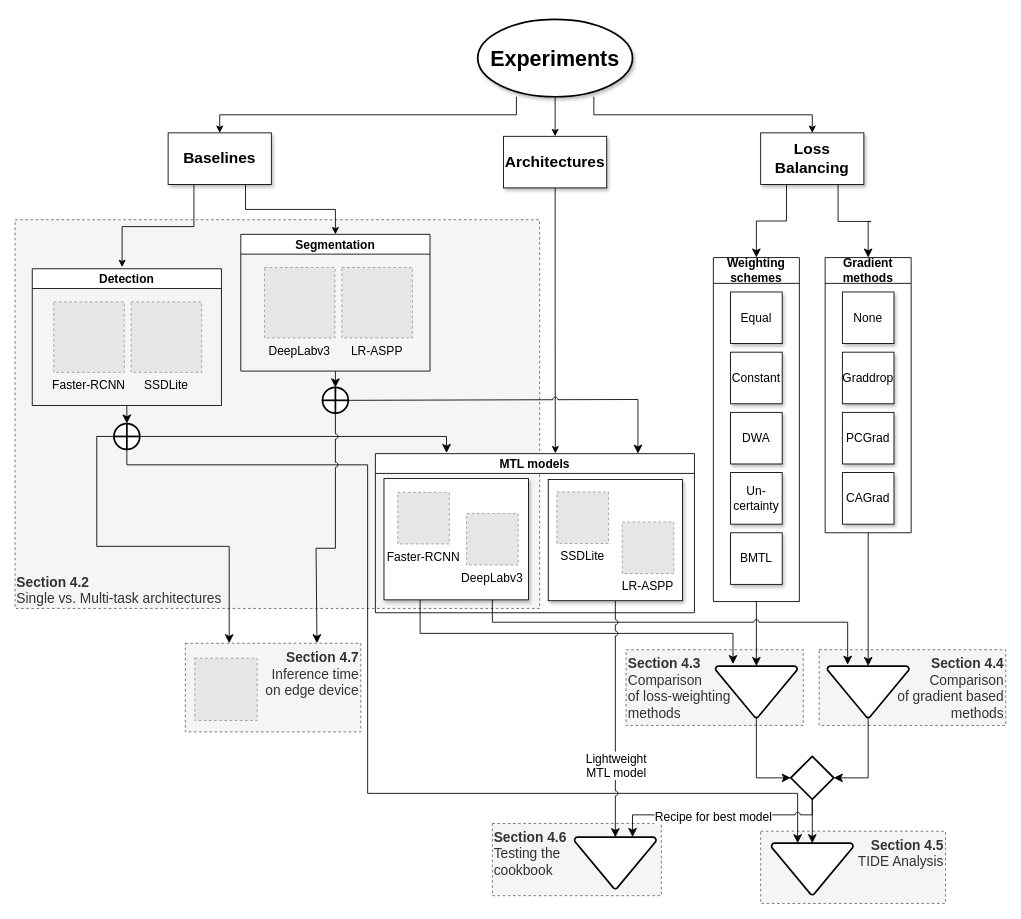
This is page "chapter4" (1 of 4) of docs/flawless-flowcharts.drawio from ponderbb/multitask-mayhem, a draw.io file, before an edit. Source tidied: cells renumbered, new cells numbered last; positions are measured from the earlier drawing's top-left corner, leaving out a move shared by most shapes. Both pictures are drawn from the tidied source at 86%, with x=0, y=0 at pixel (15, 19). Pictures stored in the file or linked from it are replaced by grey dashed boxes.
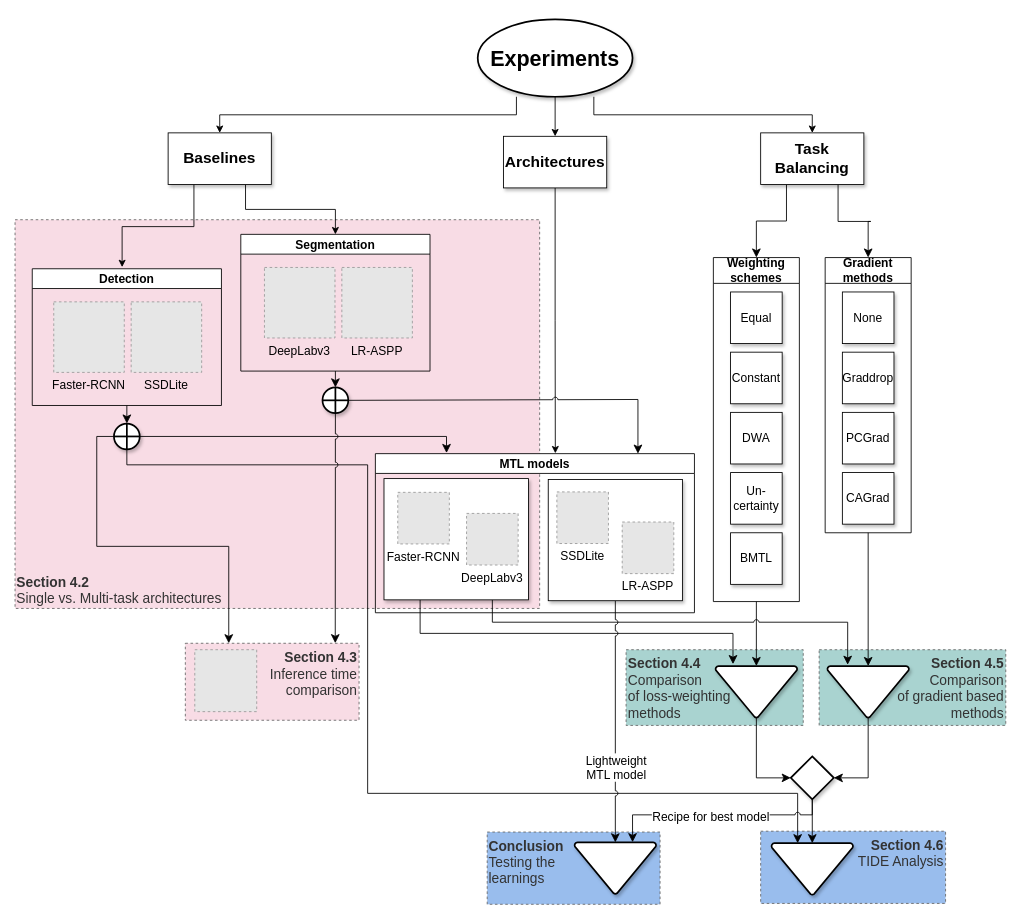
After the change.

Diff of the diagram source:
```diff
@@
-    <mxCell id="2" value="&lt;b&gt;Section 4.6&lt;/b&gt;&lt;br&gt;Testing the&lt;br&gt;cookbook" style="rounded=0;whiteSpace=wrap;html=1;glass=0;strokeColor=#666666;fontSize=16;fillColor=#f5f5f5;dashed=1;verticalAlign=top;align=left;fontColor=#333333;" parent="1" vertex="1">
-      <mxGeometry x="555" y="935" width="196.5" height="84" as="geometry" />
+    <mxCell id="2" value="&lt;b&gt;Conclusion&lt;br&gt;&lt;/b&gt;Testing the&lt;br&gt;learnings" style="rounded=0;whiteSpace=wrap;html=1;glass=0;strokeColor=#666666;fontSize=16;fillColor=#99BDED;dashed=1;verticalAlign=top;align=left;fontColor=#333333;" parent="1" vertex="1">
+      <mxGeometry x="549" y="945" width="201" height="84" as="geometry" />
     </mxCell>
-    <mxCell id="3" value="&lt;b&gt;Section 4.3&lt;br&gt;&lt;/b&gt;Comparison&lt;br&gt;of loss-weighting&lt;br&gt;methods" style="rounded=0;whiteSpace=wrap;html=1;glass=0;strokeColor=#666666;fontSize=16;fillColor=#f5f5f5;dashed=1;verticalAlign=top;align=left;fontColor=#333333;" parent="1" vertex="1">
+    <mxCell id="3" value="&lt;b&gt;Section 4.4&lt;br&gt;&lt;/b&gt;Comparison&lt;br&gt;of loss-weighting&lt;br&gt;methods" style="rounded=0;whiteSpace=wrap;html=1;glass=0;strokeColor=#666666;fontSize=16;fillColor=#A9D3D0;dashed=1;verticalAlign=top;align=left;fontColor=#333333;" parent="1" vertex="1">
       <mxGeometry x="710.5" y="733" width="206" height="88" as="geometry" />
     </mxCell>
-    <mxCell id="4" value="&lt;b&gt;Section 4.4&lt;br&gt;&lt;/b&gt;Comparison&lt;br&gt;of gradient based&lt;br&gt;methods" style="rounded=0;whiteSpace=wrap;html=1;glass=0;strokeColor=#666666;fontSize=16;fillColor=#f5f5f5;dashed=1;verticalAlign=top;align=right;fontColor=#333333;" parent="1" vertex="1">
+    <mxCell id="4" value="&lt;b&gt;Section 4.5&lt;br&gt;&lt;/b&gt;Comparison&lt;br&gt;of gradient based&lt;br&gt;methods" style="rounded=0;whiteSpace=wrap;html=1;glass=0;strokeColor=#666666;fontSize=16;fillColor=#A9D3D0;dashed=1;verticalAlign=top;align=right;fontColor=#333333;" parent="1" vertex="1">
       <mxGeometry x="935" y="733" width="217" height="88" as="geometry" />
     </mxCell>
-    <mxCell id="5" value="&lt;b&gt;Section 4.5&lt;/b&gt;&lt;br&gt;TIDE Analysis" style="rounded=0;whiteSpace=wrap;html=1;glass=0;strokeColor=#666666;fontSize=16;fillColor=#f5f5f5;dashed=1;verticalAlign=top;align=right;fontColor=#333333;" parent="1" vertex="1">
+    <mxCell id="5" value="&lt;b&gt;Section 4.6&lt;/b&gt;&lt;br&gt;TIDE Analysis" style="rounded=0;whiteSpace=wrap;html=1;glass=0;strokeColor=#666666;fontSize=16;fillColor=#99BDED;dashed=1;verticalAlign=top;align=right;fontColor=#333333;" parent="1" vertex="1">
       <mxGeometry x="867" y="944" width="215" height="84" as="geometry" />
     </mxCell>
-    <mxCell id="6" value="&lt;b style=&quot;&quot;&gt;Section 4.2&lt;br&gt;&lt;/b&gt;Single vs. Multi-task architectures" style="rounded=0;whiteSpace=wrap;html=1;glass=0;strokeColor=#666666;fontSize=16;fillColor=#f5f5f5;dashed=1;verticalAlign=bottom;align=left;fontColor=#333333;" parent="1" vertex="1">
+    <mxCell id="6" value="&lt;b style=&quot;&quot;&gt;Section 4.2&lt;br&gt;&lt;/b&gt;Single vs. Multi-task architectures" style="rounded=0;whiteSpace=wrap;html=1;glass=0;strokeColor=#666666;fontSize=16;fillColor=#F8DCE5;dashed=1;verticalAlign=bottom;align=left;fontColor=#333333;" parent="1" vertex="1">
       <mxGeometry y="233" width="610" height="452" as="geometry" />
     </mxCell>
@@
-    <mxCell id="18" value="Loss Balancing" style="whiteSpace=wrap;html=1;rounded=0;labelBackgroundColor=none;fontSize=18;fontStyle=1;strokeWidth=1;labelBorderColor=none;shadow=1;" parent="1" vertex="1">
+    <mxCell id="18" value="Task Balancing" style="whiteSpace=wrap;html=1;rounded=0;labelBackgroundColor=none;fontSize=18;fontStyle=1;strokeWidth=1;labelBorderColor=none;shadow=1;" parent="1" vertex="1">
       <mxGeometry x="867" y="132" width="120" height="60" as="geometry" />
     </mxCell>
@@
-    <mxCell id="32" style="edgeStyle=orthogonalEdgeStyle;rounded=0;jettySize=auto;html=1;exitX=0.5;exitY=1;exitDx=0;exitDy=0;entryX=0.75;entryY=0;entryDx=0;entryDy=0;strokeWidth=1;fontSize=18;startSize=8;endSize=8;startArrow=none;jumpStyle=arc;" parent="1" edge="1" source="56" target="58">
+    <mxCell id="32" style="edgeStyle=orthogonalEdgeStyle;rounded=0;jettySize=auto;html=1;exitX=0.5;exitY=1;exitDx=0;exitDy=0;strokeWidth=1;fontSize=18;startSize=8;endSize=8;startArrow=none;jumpStyle=arc;entryX=0.863;entryY=-0.001;entryDx=0;entryDy=0;entryPerimeter=0;" parent="1" edge="1" source="56" target="58">
       <mxGeometry relative="1" as="geometry">
         <Array as="points">
-          <mxPoint x="373" y="615" />
-          <mxPoint x="350" y="615" />
-          <mxPoint x="350" y="705" />
-          <mxPoint x="351" y="705" />
+          <mxPoint x="372" y="595" />
+          <mxPoint x="372" y="595" />
         </Array>
       </mxGeometry>
     </mxCell>
@@
-    <mxCell id="43" style="strokeWidth=2;html=1;shape=mxgraph.flowchart.merge_or_storage;whiteSpace=wrap;glass=0;strokeColor=#000000;fontSize=14;fillColor=default;gradientColor=none;labelBackgroundColor=none;" parent="1" vertex="1">
+    <mxCell id="43" style="strokeWidth=2;html=1;shape=mxgraph.flowchart.merge_or_storage;whiteSpace=wrap;glass=0;strokeColor=#000000;fontSize=14;fillColor=default;gradientColor=none;labelBackgroundColor=none;shadow=1;" parent="1" vertex="1">
       <mxGeometry x="814.5" y="752" width="95" height="60" as="geometry" />
     </mxCell>
@@
-    <mxCell id="45" style="strokeWidth=2;html=1;shape=mxgraph.flowchart.merge_or_storage;whiteSpace=wrap;glass=0;strokeColor=#000000;fontSize=14;fillColor=default;gradientColor=none;" parent="1" vertex="1">
+    <mxCell id="45" style="strokeWidth=2;html=1;shape=mxgraph.flowchart.merge_or_storage;whiteSpace=wrap;glass=0;strokeColor=#000000;fontSize=14;fillColor=default;gradientColor=none;shadow=1;" parent="1" vertex="1">
       <mxGeometry x="944.5" y="752" width="95" height="60" as="geometry" />
     </mxCell>
@@
-    <mxCell id="48" style="strokeWidth=2;html=1;shape=mxgraph.flowchart.merge_or_storage;whiteSpace=wrap;glass=0;strokeColor=#000000;fontSize=14;fillColor=default;gradientColor=none;" parent="1" vertex="1">
+    <mxCell id="48" style="strokeWidth=2;html=1;shape=mxgraph.flowchart.merge_or_storage;whiteSpace=wrap;glass=0;strokeColor=#000000;fontSize=14;fillColor=default;gradientColor=none;shadow=1;" parent="1" vertex="1">
       <mxGeometry x="879.5" y="958" width="95" height="60" as="geometry" />
     </mxCell>
@@
-    <mxCell id="52" style="shape=mxgraph.flowchart.decision;perimeter=rectanglePerimeter;whiteSpace=wrap;html=1;backgroundOutline=1;glass=0;strokeColor=default;fontSize=14;fillColor=default;gradientColor=none;strokeWidth=2;" parent="1" vertex="1">
+    <mxCell id="52" style="shape=mxgraph.flowchart.decision;perimeter=rectanglePerimeter;whiteSpace=wrap;html=1;backgroundOutline=1;glass=0;strokeColor=default;fontSize=14;fillColor=default;gradientColor=none;strokeWidth=2;shadow=1;" parent="1" vertex="1">
       <mxGeometry x="902" y="857" width="50" height="50" as="geometry" />
     </mxCell>
-    <mxCell id="53" style="strokeWidth=2;html=1;shape=mxgraph.flowchart.merge_or_storage;whiteSpace=wrap;glass=0;strokeColor=#000000;fontSize=14;fillColor=default;gradientColor=none;" parent="1" vertex="1">
-      <mxGeometry x="650.5" y="951" width="95" height="60" as="geometry" />
+    <mxCell id="53" style="strokeWidth=2;html=1;shape=mxgraph.flowchart.merge_or_storage;whiteSpace=wrap;glass=0;strokeColor=#000000;fontSize=14;fillColor=default;gradientColor=none;shadow=1;" parent="1" vertex="1">
+      <mxGeometry x="650.5" y="957" width="95" height="60" as="geometry" />
     </mxCell>
@@
-    <mxCell id="56" style="verticalLabelPosition=bottom;verticalAlign=top;html=1;shape=mxgraph.flowchart.summing_function;strokeWidth=2;fontSize=18;" parent="1" vertex="1">
+    <mxCell id="56" style="verticalLabelPosition=bottom;verticalAlign=top;html=1;shape=mxgraph.flowchart.summing_function;strokeWidth=2;fontSize=18;shadow=1;" parent="1" vertex="1">
       <mxGeometry x="357.5" y="428" width="30" height="30" as="geometry" />
     </mxCell>
-    <mxCell id="57" style="verticalLabelPosition=bottom;verticalAlign=top;html=1;shape=mxgraph.flowchart.summing_function;strokeWidth=2;fontSize=18;" parent="1" vertex="1">
+    <mxCell id="57" style="verticalLabelPosition=bottom;verticalAlign=top;html=1;shape=mxgraph.flowchart.summing_function;strokeWidth=2;fontSize=18;shadow=1;" parent="1" vertex="1">
       <mxGeometry x="115" y="470" width="30" height="30" as="geometry" />
     </mxCell>
-    <mxCell id="58" value="&lt;b&gt;Section 4.7&lt;/b&gt;&lt;br&gt;Inference time&lt;br&gt;on edge device" style="rounded=0;whiteSpace=wrap;html=1;glass=0;strokeColor=#666666;fontSize=16;fillColor=#f5f5f5;dashed=1;verticalAlign=top;align=right;fontColor=#333333;" parent="1" vertex="1">
-      <mxGeometry x="198" y="725.5" width="204" height="103" as="geometry" />
+    <mxCell id="58" value="&lt;b&gt;Section 4.3&lt;/b&gt;&lt;br&gt;Inference time&lt;br&gt;comparison" style="rounded=0;whiteSpace=wrap;html=1;glass=0;strokeColor=#666666;fontSize=16;fillColor=#F8DCE5;dashed=1;verticalAlign=top;align=right;fontColor=#333333;" parent="1" vertex="1">
+      <mxGeometry x="198" y="725.5" width="202" height="89.5" as="geometry" />
     </mxCell>
     <mxCell id="59" style="fillColor=#E6E6E6;strokeColor=#999999;dashed=1;verticalLabelPosition=bottom;labelBackgroundColor=default;verticalAlign=top;" parent="1" vertex="1">
-      <mxGeometry x="209" y="742.8" width="72.5" height="72.5" as="geometry" />
+      <mxGeometry x="209" y="733" width="72" height="72" as="geometry" />
     </mxCell>
@@
+    <mxCell id="73" style="edgeStyle=orthogonalEdgeStyle;rounded=0;orthogonalLoop=1;jettySize=auto;html=1;exitX=0.5;exitY=1;exitDx=0;exitDy=0;fontSize=12;" parent="1" edge="1" source="58" target="58">
+      <mxGeometry relative="1" as="geometry" />
+    </mxCell>
```
